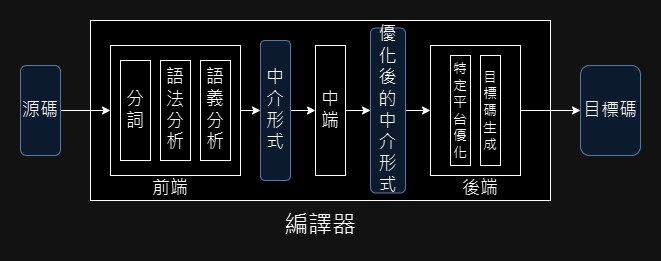
MROS/compiler_tutorial keeps this draw.io diagram as book/image/編譯器前中後端細分.png. Above is the earlier version. Source tidied: cells renumbered, new cells last; positions are measured from the earlier drawing's top-left corner, leaving out a move shared by most shapes.
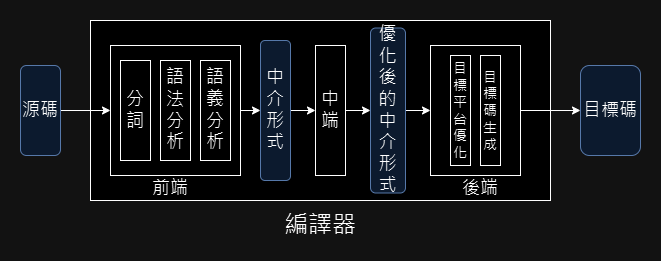
The same diagram one commit later.

Commit message:
修正前中後端細分圖的文字

What changed in the source:
```diff
@@ -65,7 +65,7 @@
     <mxCell id="22" value="&lt;span style=&quot;font-size: 18px;&quot;&gt;語義分析&lt;/span&gt;" style="rounded=0;whiteSpace=wrap;html=1;" parent="1" vertex="1">
       <mxGeometry x="180" y="40" width="30" height="100" as="geometry" />
     </mxCell>
-    <mxCell id="23" value="&lt;font style=&quot;font-size: 14px;&quot;&gt;特定平台優化&lt;/font&gt;" style="rounded=0;whiteSpace=wrap;html=1;" parent="1" vertex="1">
+    <mxCell id="23" value="&lt;font style=&quot;font-size: 14px;&quot;&gt;目標平台優化&lt;/font&gt;" style="rounded=0;whiteSpace=wrap;html=1;" parent="1" vertex="1">
       <mxGeometry x="430" y="35" width="20" height="110" as="geometry" />
     </mxCell>
     <mxCell id="24" value="&lt;font style=&quot;font-size: 14px;&quot;&gt;目標碼生成&lt;/font&gt;" style="rounded=0;whiteSpace=wrap;html=1;" parent="1" vertex="1">
```
